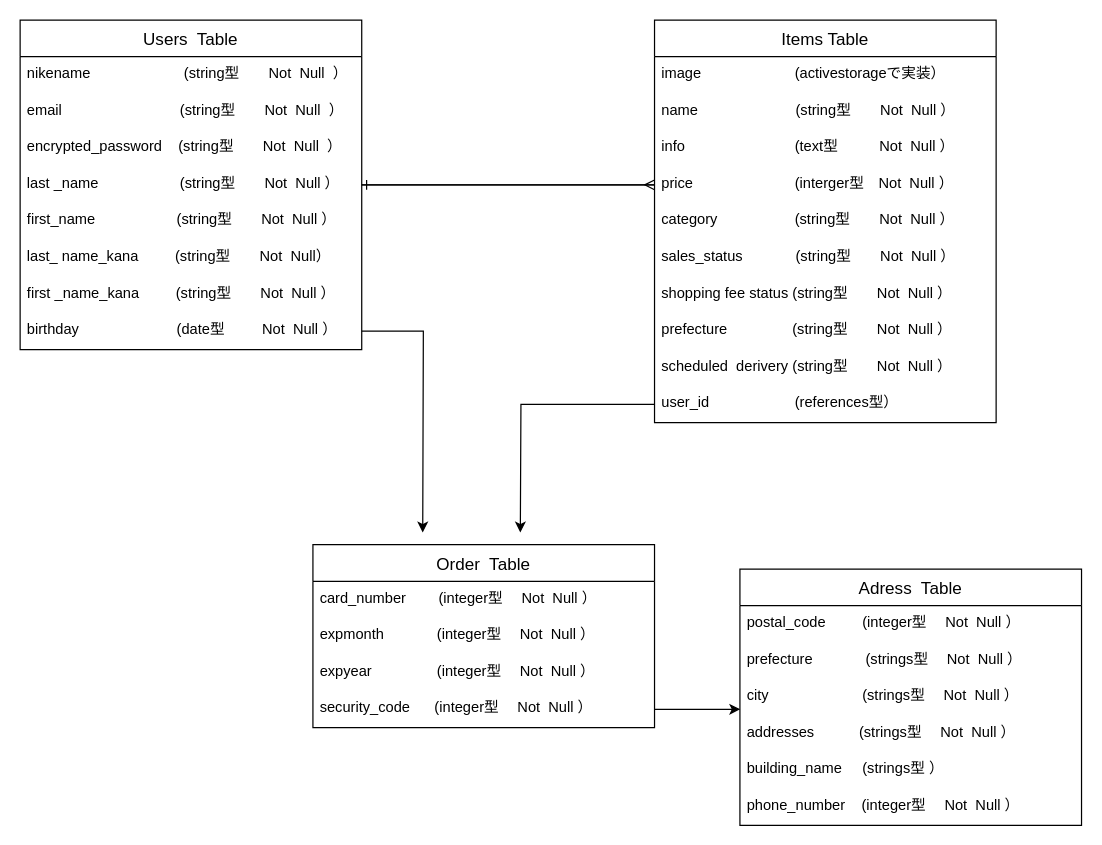
mayumiyamada/furima-31952 keeps this draw.io diagram as furima_new.dio. Above is the earlier version. Source tidied: cells renumbered, new cells numbered last; positions are measured from the earlier drawing's top-left corner, leaving out a move shared by most shapes. Both pictures are drawn from the tidied source at 122%, with x=0, y=0 at pixel (20, 20).
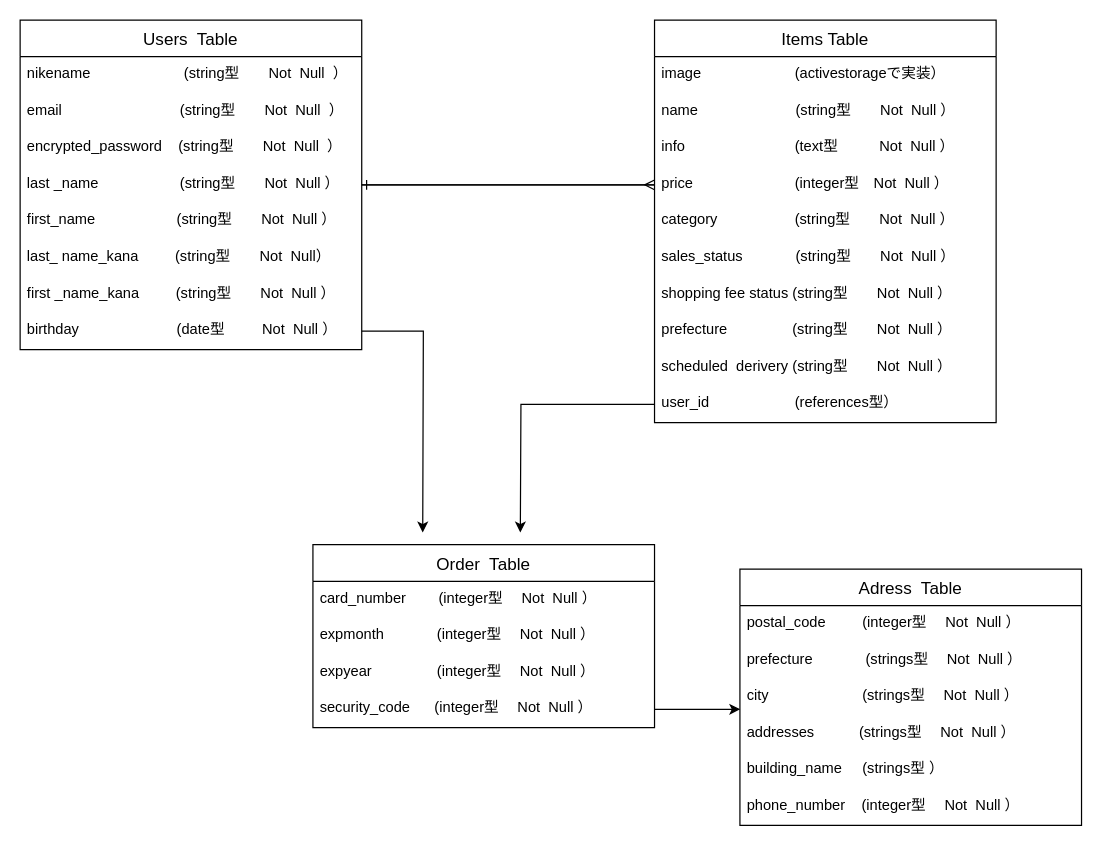
The same diagram, later.

The change refers to these unchanged cells:
```xml
<mxCell id="11" value="Items Table" style="swimlane;fontStyle=0;horizontal=1;startSize=30;align=center;fontSize=14;" parent="1" vertex="1">
  <mxGeometry x="520" width="280" height="330" as="geometry" />
</mxCell>
```

The edit, as a diff of the source:
```diff
@@
-    <mxCell id="15" value="price                         (interger型　Not  Null ）" style="text;strokeColor=none;fillColor=none;spacingLeft=4;spacingRight=4;overflow=hidden;points=[[0,0.5],[1,0.5]];portConstraint=eastwest;fontSize=12;" parent="11" vertex="1">
+    <mxCell id="15" value="price                         (integer型　Not  Null ）" style="text;strokeColor=none;fillColor=none;spacingLeft=4;spacingRight=4;overflow=hidden;points=[[0,0.5],[1,0.5]];portConstraint=eastwest;fontSize=12;" parent="11" vertex="1">
       <mxGeometry y="120" width="280" height="30" as="geometry" />
     </mxCell>
```
